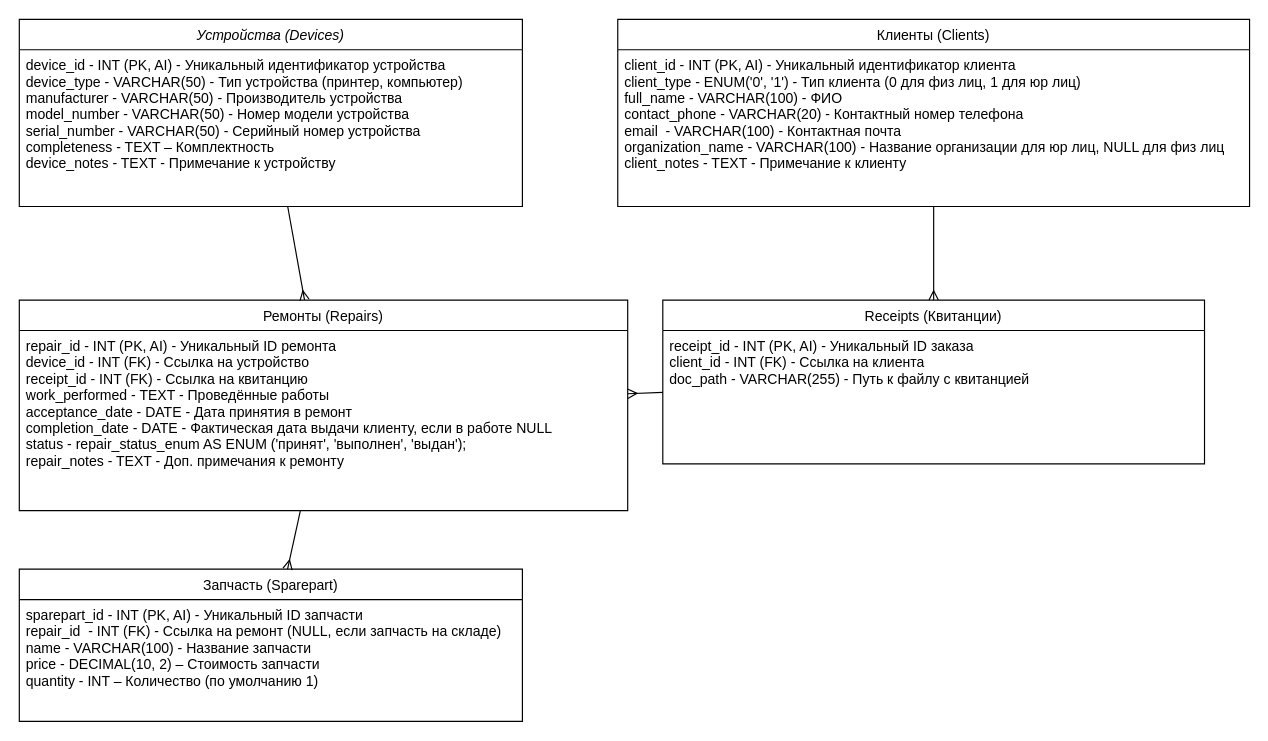
This is БД.drawio from ShadrinaM/Compiteh-Repair_log, a draw.io file, before an edit. Source tidied: cells renumbered, new cells numbered last; positions are measured from the earlier drawing's top-left corner, leaving out a move shared by most shapes. Both pictures are drawn from the tidied source at 117%, with x=0, y=0 at pixel (19, 19).
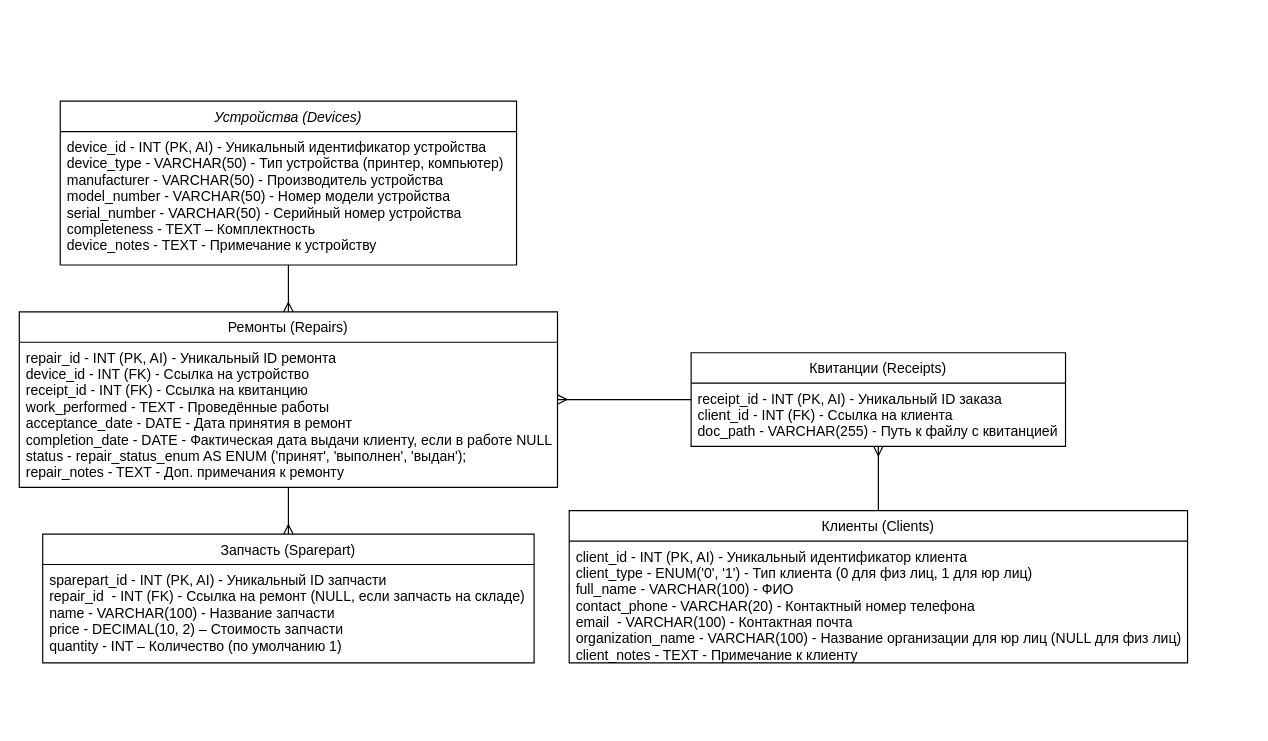
The same diagram, later.

Change to the diagram source:
```diff
@@
 <mxGraphModel>
   <root>
     <mxCell id="0" />
     <mxCell id="1" parent="0" />
     <mxCell id="2" value="Устройства (Devices)" style="swimlane;fontStyle=2;align=center;verticalAlign=top;horizontal=1;startSize=26;rounded=0;shadow=0;strokeWidth=1;" parent="1" vertex="1">
-      <mxGeometry width="430" height="160" as="geometry" />
+      <mxGeometry x="35" y="70" width="390" height="140" as="geometry" />
     </mxCell>
     <mxCell id="3" value="device_id - INT (PK, AI) - Уникальный идентификатор устройства&#10;device_type - VARCHAR(50) - Тип устройства (принтер, компьютер)&#10;manufacturer - VARCHAR(50) - Производитель устройства&#10;model_number - VARCHAR(50) - Номер модели устройства&#10;serial_number - VARCHAR(50) - Серийный номер устройства&#10;completeness - TEXT – Комплектность &#10;device_notes - TEXT - Примечание к устройству" style="text;align=left;verticalAlign=top;spacingLeft=4;spacingRight=4;overflow=hidden;" parent="2" vertex="1">
-      <mxGeometry y="26" width="430" height="134" as="geometry" />
+      <mxGeometry y="26" width="390" height="114" as="geometry" />
     </mxCell>
     <mxCell id="4" value="Ремонты (Repairs)" style="swimlane;fontStyle=0;align=center;verticalAlign=top;horizontal=1;startSize=26;rounded=0;shadow=0;strokeWidth=1;" parent="1" vertex="1">
-      <mxGeometry y="240" width="520" height="180" as="geometry" />
+      <mxGeometry y="250" width="460" height="150" as="geometry" />
     </mxCell>
     <mxCell id="5" value="repair_id - INT (PK, AI) - Уникальный ID ремонта&#10;device_id - INT (FK) - Ссылка на устройство&#10;receipt_id - INT (FK) - Ссылка на квитанцию&#10;work_performed - TEXT - Проведённые работы&#10;acceptance_date - DATE - Дата принятия в ремонт&#10;completion_date - DATE - Фактическая дата выдачи клиенту, если в работе NULL&#10;status - repair_status_enum AS ENUM ('принят', 'выполнен', 'выдан');&#10;repair_notes - TEXT - Доп. примечания к ремонту&#10;" style="text;align=left;verticalAlign=top;spacingLeft=4;spacingRight=4;overflow=hidden;" parent="4" vertex="1">
-      <mxGeometry y="26" width="520" height="154" as="geometry" />
+      <mxGeometry y="26" width="460" height="124" as="geometry" />
     </mxCell>
-    <mxCell id="6" value="Receipts (Квитанции)" style="swimlane;fontStyle=0;align=center;verticalAlign=top;horizontal=1;startSize=26;rounded=0;shadow=0;strokeWidth=1;" parent="1" vertex="1">
-      <mxGeometry x="550" y="240" width="463" height="140" as="geometry" />
+    <mxCell id="6" value="Квитанции (Receipts)" style="swimlane;fontStyle=0;align=center;verticalAlign=top;horizontal=1;startSize=26;rounded=0;shadow=0;strokeWidth=1;" parent="1" vertex="1">
+      <mxGeometry x="574.2" y="285" width="320" height="80" as="geometry" />
     </mxCell>
     <mxCell id="7" value="receipt_id - INT (PK, AI) - Уникальный ID заказа&#10;client_id - INT (FK) - Ссылка на клиента&#10;doc_path - VARCHAR(255) - Путь к файлу с квитанцией&#10;" style="text;align=left;verticalAlign=top;spacingLeft=4;spacingRight=4;overflow=hidden;" parent="6" vertex="1">
-      <mxGeometry y="26" width="463" height="114" as="geometry" />
+      <mxGeometry y="26" width="320" height="54" as="geometry" />
     </mxCell>
     <mxCell id="8" style="rounded=0;jettySize=auto;html=1;endArrow=ERmany;endFill=0;" parent="1" edge="1" source="9" target="6">
       <mxGeometry relative="1" as="geometry" />
     </mxCell>
     <mxCell id="9" value="Клиенты (Clients)" style="swimlane;fontStyle=0;align=center;verticalAlign=top;horizontal=1;startSize=26;rounded=0;shadow=0;strokeWidth=1;" parent="1" vertex="1">
-      <mxGeometry x="511.5" width="540" height="160" as="geometry" />
+      <mxGeometry x="470" y="420" width="528.5" height="130" as="geometry" />
     </mxCell>
-    <mxCell id="10" value="client_id - INT (PK, AI) - Уникальный идентификатор клиента&#10;client_type - ENUM('0', '1') - Тип клиента (0 для физ лиц, 1 для юр лиц)&#10;full_name - VARCHAR(100) - ФИО&#10;contact_phone - VARCHAR(20) - Контактный номер телефона&#10;email  - VARCHAR(100) - Контактная почта&#10;organization_name - VARCHAR(100) - Название организации для юр лиц, NULL для физ лиц&#10;client_notes - TEXT - Примечание к клиенту&#10;" style="text;align=left;verticalAlign=top;spacingLeft=4;spacingRight=4;overflow=hidden;" parent="9" vertex="1">
-      <mxGeometry y="26" width="540" height="134" as="geometry" />
+    <mxCell id="10" value="client_id - INT (PK, AI) - Уникальный идентификатор клиента&#10;client_type - ENUM('0', '1') - Тип клиента (0 для физ лиц, 1 для юр лиц)&#10;full_name - VARCHAR(100) - ФИО&#10;contact_phone - VARCHAR(20) - Контактный номер телефона&#10;email  - VARCHAR(100) - Контактная почта&#10;organization_name - VARCHAR(100) - Название организации для юр лиц (NULL для физ лиц)&#10;client_notes - TEXT - Примечание к клиенту&#10;" style="text;align=left;verticalAlign=top;spacingLeft=4;spacingRight=4;overflow=hidden;" parent="9" vertex="1">
+      <mxGeometry y="26" width="528.5" height="104" as="geometry" />
     </mxCell>
     <mxCell id="11" style="rounded=0;jettySize=auto;html=1;endArrow=ERmany;endFill=0;" parent="1" edge="1" source="6" target="4">
       <mxGeometry relative="1" as="geometry" />
     </mxCell>
     <mxCell id="12" style="rounded=0;jettySize=auto;html=1;endArrow=ERmany;endFill=0;" parent="1" edge="1" source="2" target="4">
       <mxGeometry relative="1" as="geometry" />
     </mxCell>
     <mxCell id="13" value="Запчасть (Sparepart)" style="swimlane;fontStyle=0;align=center;verticalAlign=top;horizontal=1;startSize=26;rounded=0;shadow=0;strokeWidth=1;" parent="1" vertex="1">
-      <mxGeometry y="470" width="430" height="130" as="geometry" />
+      <mxGeometry x="20" y="440" width="420" height="110" as="geometry" />
     </mxCell>
     <mxCell id="14" value="sparepart_id - INT (PK, AI) - Уникальный ID запчасти&#10;repair_id  - INT (FK) - Ссылка на ремонт (NULL, если запчасть на складе)&#10;name - VARCHAR(100) - Название запчасти&#10;price - DECIMAL(10, 2) – Стоимость запчасти&#10;quantity - INT – Количество (по умолчанию 1)&#10;" style="text;align=left;verticalAlign=top;spacingLeft=4;spacingRight=4;overflow=hidden;" parent="13" vertex="1">
-      <mxGeometry y="26" width="430" height="84" as="geometry" />
+      <mxGeometry y="26" width="420" height="84" as="geometry" />
     </mxCell>
     <mxCell id="15" style="rounded=0;jettySize=auto;html=1;endArrow=ERmany;endFill=0;" parent="1" edge="1" source="4" target="13">
       <mxGeometry relative="1" as="geometry" />
     </mxCell>
   </root>
 </mxGraphModel>
```
